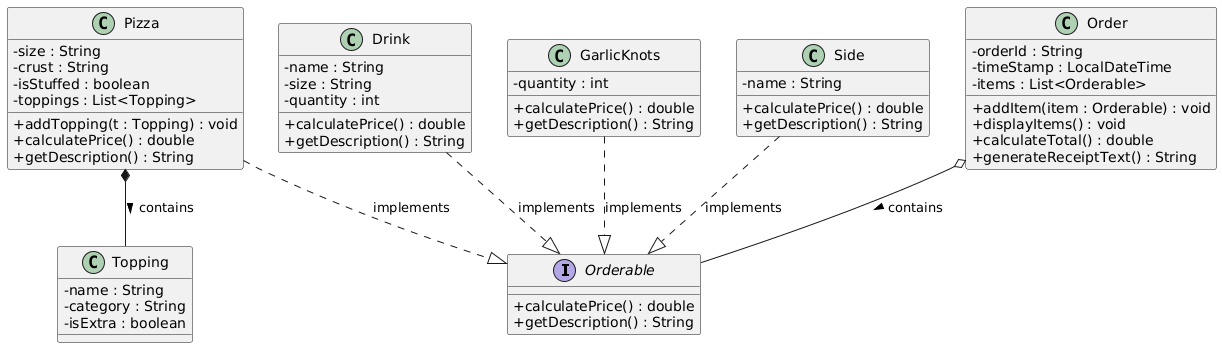
Above: images/diagram.png in yu26s9-sky0-0glitch/giga-bite-pizza (PlantUML), before the change.
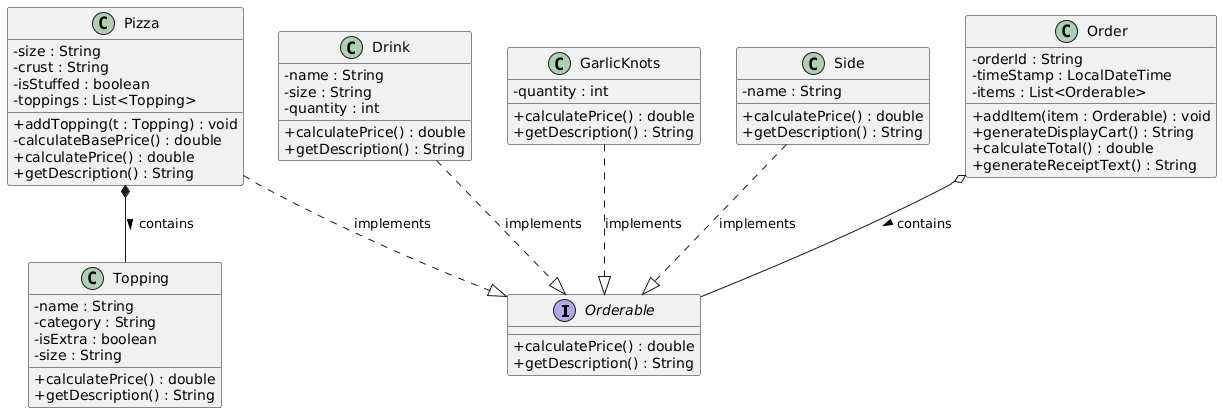
Above is the later version.

Commit message:
updated the readme added ss and updating diagram and folder structure to reflect final project state as well as adding additional description to explain new features

Change to the diagram source:
```diff
@@ -11,7 +11,7 @@
   - timeStamp : LocalDateTime
   - items : List<Orderable>
   + addItem(item : Orderable) : void
-  + displayItems() : void
+  + generateDisplayCart() : String
   + calculateTotal() : double
   + generateReceiptText() : String
 }
@@ -22,6 +22,7 @@
   - isStuffed : boolean
   - toppings : List<Topping>
   + addTopping(t : Topping) : void
+  - calculateBasePrice() : double
   + calculatePrice() : double
   + getDescription() : String
 }
@@ -50,6 +51,9 @@
   - name : String
   - category : String
   - isExtra : boolean
+  - size : String
+  + calculatePrice() : double
+  + getDescription() : String
 }
 
 Order o-- Orderable : contains >
```
